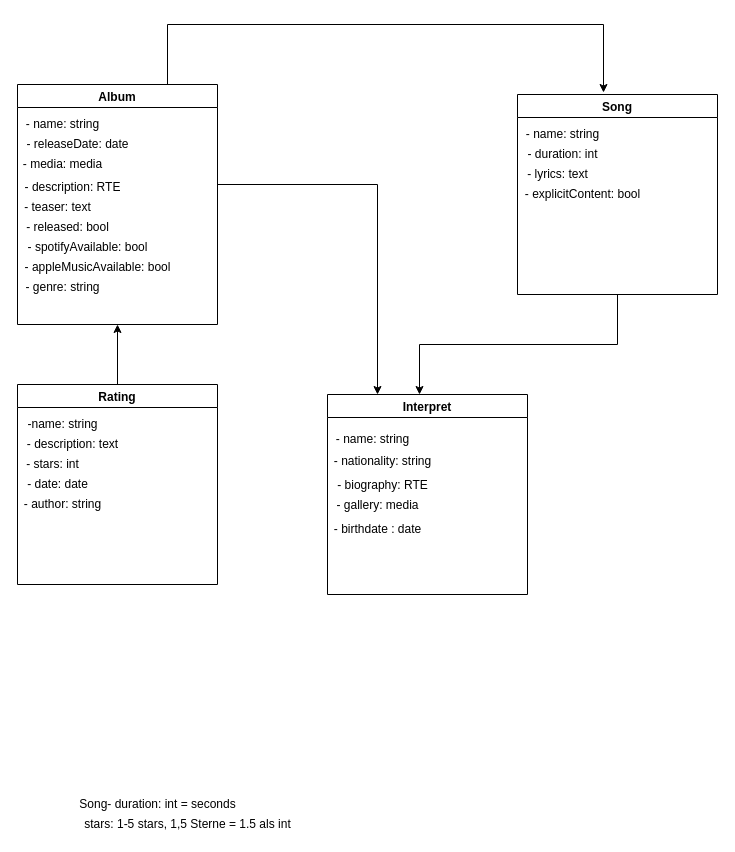
The draw.io diagram page "UML" (1 of 10) of Untitled Diagram.drawio in free-prayer-bird/demo-repo, before the edit. Source tidied: cells renumbered, new cells numbered last; positions are measured from the earlier drawing's top-left corner, leaving out a move shared by most shapes. Both pictures are drawn from the tidied source at 100%, with x=0, y=0 at pixel (17, 24).
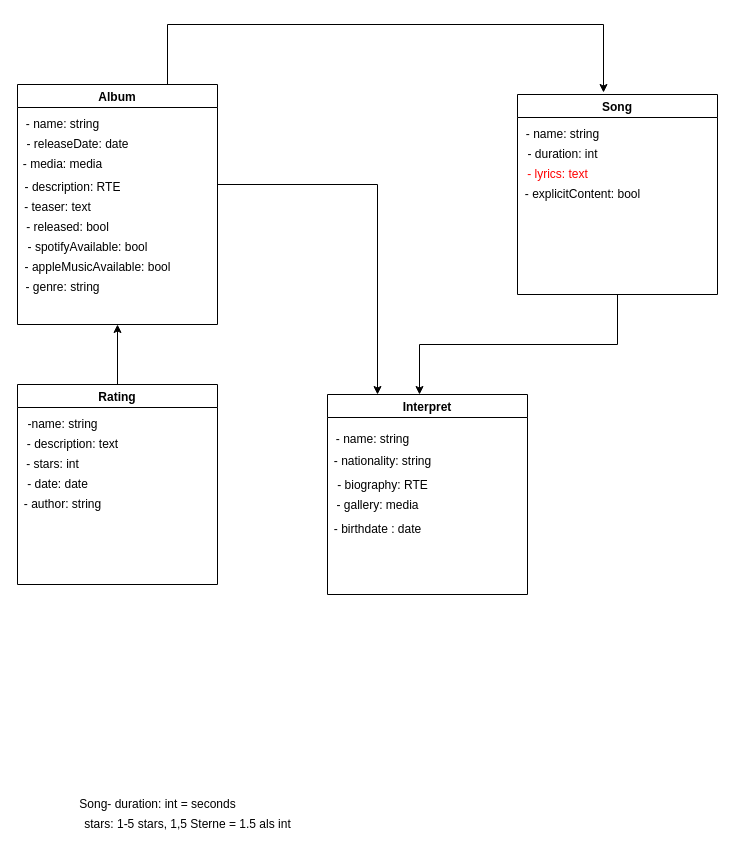
The same page after the edit.

Unchanged cells that the change refers to:
```xml
<mxCell id="15" value="Song" style="swimlane;" parent="1" vertex="1">
  <mxGeometry x="500" y="70" width="200" height="200" as="geometry" />
</mxCell>
```

What changed in the source:
```diff
@@
-    <mxCell id="18" value="- lyrics: text" style="text;html=1;align=center;verticalAlign=middle;strokeColor=none;fillColor=none;" parent="15" vertex="1">
+    <mxCell id="18" value="&lt;font color=&quot;#ff0000&quot;&gt;- lyrics: text&lt;/font&gt;" style="text;html=1;align=center;verticalAlign=middle;strokeColor=none;fillColor=none;" parent="15" vertex="1">
       <mxGeometry y="70" width="80" height="20" as="geometry" />
     </mxCell>
```
